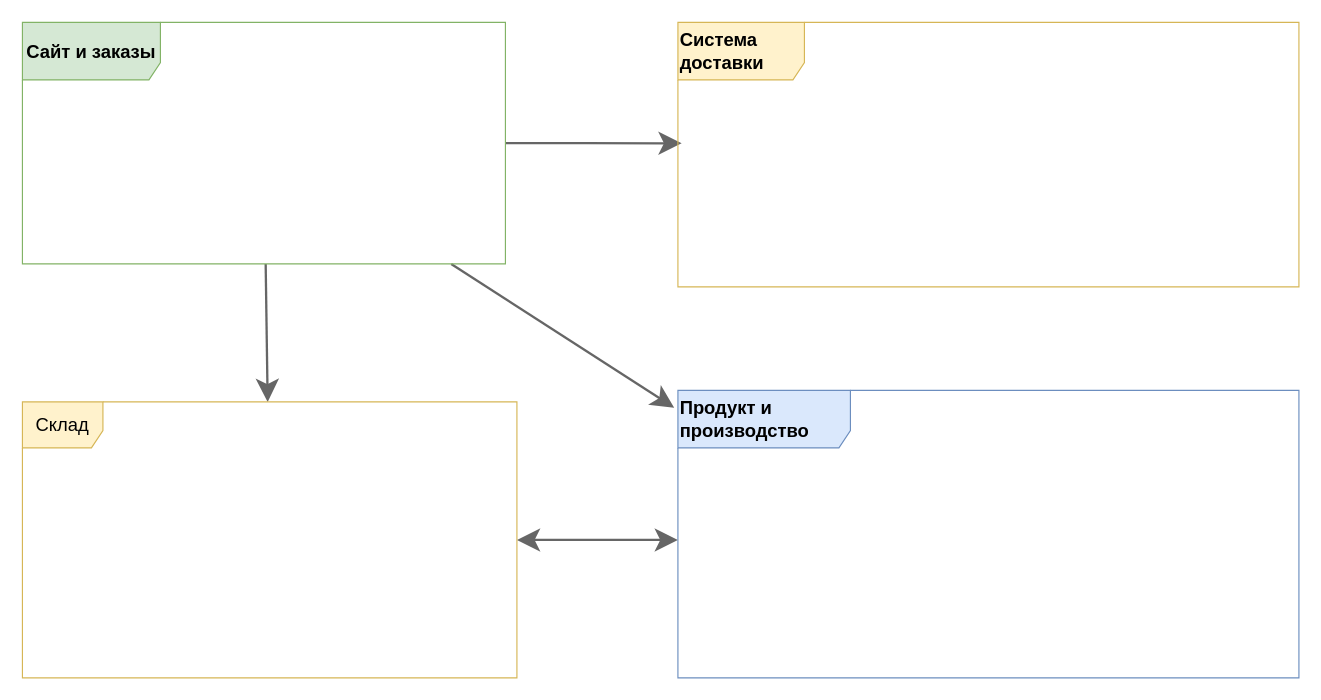
Above: Контекстная диаграмма.drawio in getitsoIved/examplesOfArtifacts (draw.io), before the change. Source tidied: cells renumbered, new cells numbered last; positions are measured from the earlier drawing's top-left corner, leaving out a move shared by most shapes. Both pictures are drawn from the tidied source at 115%, with x=0, y=0 at pixel (22, 22).
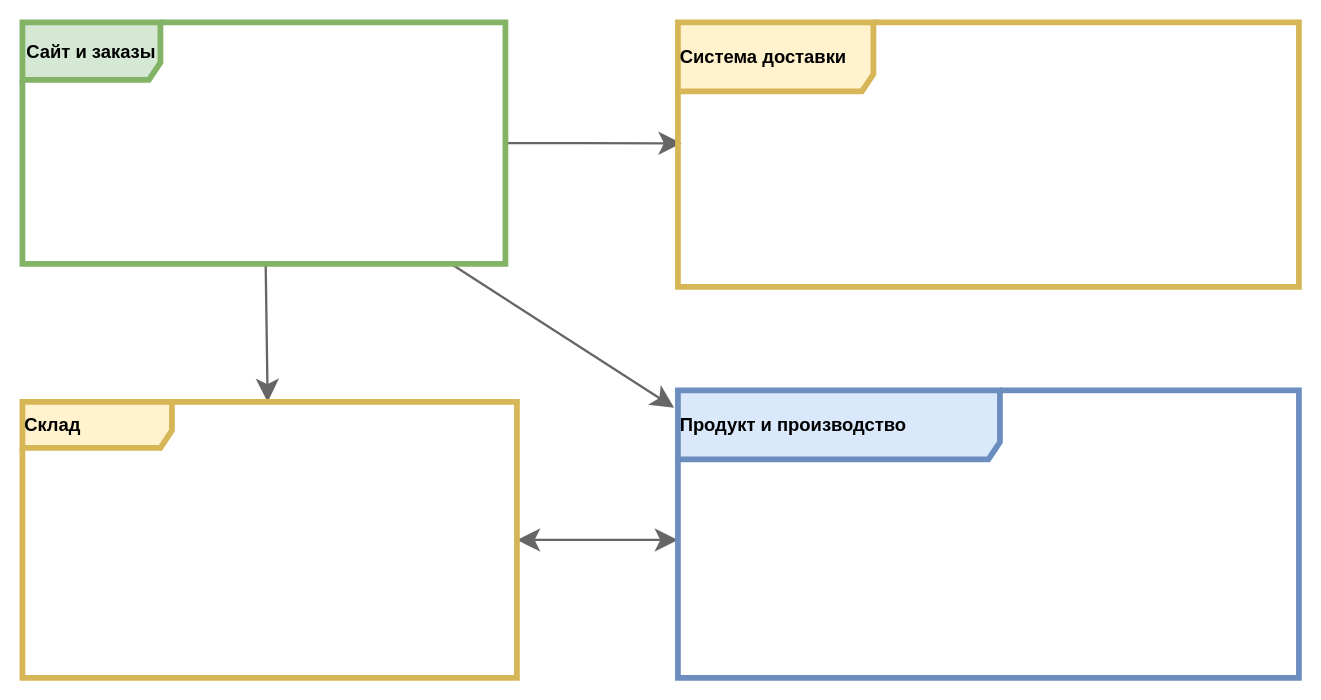
After the change.

What changed in the source:
```diff
@@
 <mxGraphModel>
   <root>
     <mxCell id="0" />
     <mxCell id="1" parent="0" />
     <mxCell id="2" style="edgeStyle=orthogonalEdgeStyle;rounded=0;jettySize=auto;html=1;entryX=0.006;entryY=0.457;entryDx=0;entryDy=0;entryPerimeter=0;endSize=14;fillColor=#f5f5f5;strokeColor=#666666;strokeWidth=2;" parent="1" edge="1" source="5" target="6">
       <mxGeometry relative="1" as="geometry" />
     </mxCell>
     <mxCell id="3" style="rounded=0;jettySize=auto;html=1;entryX=-0.006;entryY=0.06;entryDx=0;entryDy=0;entryPerimeter=0;strokeColor=#666666;endSize=14;fillColor=#f5f5f5;strokeWidth=2;" parent="1" edge="1" source="5" target="9">
       <mxGeometry relative="1" as="geometry" />
     </mxCell>
     <mxCell id="4" style="rounded=0;jettySize=auto;html=1;endSize=14;strokeWidth=2;fillColor=#f5f5f5;strokeColor=#666666;" parent="1" edge="1" source="5" target="8">
       <mxGeometry relative="1" as="geometry" />
     </mxCell>
-    <mxCell id="5" value="&lt;font style=&quot;font-size: 16px;&quot;&gt;&lt;b&gt;Сайт и заказы&lt;/b&gt;&lt;/font&gt;" style="shape=umlFrame;whiteSpace=wrap;html=1;fillColor=#d5e8d4;strokeColor=#82b366;width=120;height=50;" parent="1" vertex="1">
+    <mxCell id="5" value="&lt;font style=&quot;font-size: 16px;&quot;&gt;&lt;b&gt;Сайт и заказы&lt;/b&gt;&lt;/font&gt;" style="shape=umlFrame;whiteSpace=wrap;html=1;fillColor=#d5e8d4;strokeColor=#82b366;width=120;height=50;strokeWidth=5;" parent="1" vertex="1">
       <mxGeometry width="420" height="210" as="geometry" />
     </mxCell>
-    <mxCell id="6" value="&lt;font style=&quot;font-size: 16px;&quot;&gt;&lt;b&gt;Система доставки&lt;/b&gt;&lt;/font&gt;" style="shape=umlFrame;whiteSpace=wrap;html=1;align=left;width=110;height=50;fillColor=#fff2cc;strokeColor=#d6b656;" parent="1" vertex="1">
+    <mxCell id="6" value="&lt;font style=&quot;font-size: 16px;&quot;&gt;&lt;b&gt;Система доставки&lt;/b&gt;&lt;/font&gt;" style="shape=umlFrame;whiteSpace=wrap;html=1;align=left;width=170;height=60;fillColor=#fff2cc;strokeColor=#d6b656;strokeWidth=5;" parent="1" vertex="1">
       <mxGeometry x="570" width="540" height="230" as="geometry" />
     </mxCell>
     <mxCell id="7" style="rounded=0;jettySize=auto;html=1;entryX=0;entryY=0.52;entryDx=0;entryDy=0;entryPerimeter=0;startArrow=classic;startFill=1;targetPerimeterSpacing=0;strokeWidth=2;endSize=14;startSize=14;strokeColor=#666666;fillColor=#f5f5f5;" parent="1" edge="1" source="8" target="9">
       <mxGeometry relative="1" as="geometry" />
     </mxCell>
-    <mxCell id="8" value="&lt;font style=&quot;font-size: 16px;&quot;&gt;Склад&lt;/font&gt;" style="shape=umlFrame;whiteSpace=wrap;html=1;fillColor=#fff2cc;strokeColor=#d6b656;width=70;height=40;" parent="1" vertex="1">
+    <mxCell id="8" value="&lt;font style=&quot;font-size: 16px;&quot;&gt;&lt;b&gt;Склад&lt;/b&gt;&lt;/font&gt;" style="shape=umlFrame;whiteSpace=wrap;html=1;fillColor=#fff2cc;strokeColor=#d6b656;width=130;height=40;strokeWidth=5;align=left;" parent="1" vertex="1">
       <mxGeometry y="330" width="430" height="240" as="geometry" />
     </mxCell>
-    <mxCell id="9" value="&lt;font style=&quot;font-size: 16px;&quot;&gt;&lt;b&gt;Продукт и производство&lt;/b&gt;&lt;/font&gt;" style="shape=umlFrame;whiteSpace=wrap;html=1;width=150;height=50;align=left;fillColor=#dae8fc;strokeColor=#6c8ebf;" parent="1" vertex="1">
+    <mxCell id="9" value="&lt;font style=&quot;font-size: 16px;&quot;&gt;&lt;b&gt;Продукт и производство&lt;/b&gt;&lt;/font&gt;" style="shape=umlFrame;whiteSpace=wrap;html=1;width=280;height=60;align=left;fillColor=#dae8fc;strokeColor=#6c8ebf;strokeWidth=5;" parent="1" vertex="1">
       <mxGeometry x="570" y="320" width="540" height="250" as="geometry" />
     </mxCell>
   </root>
 </mxGraphModel>
```
